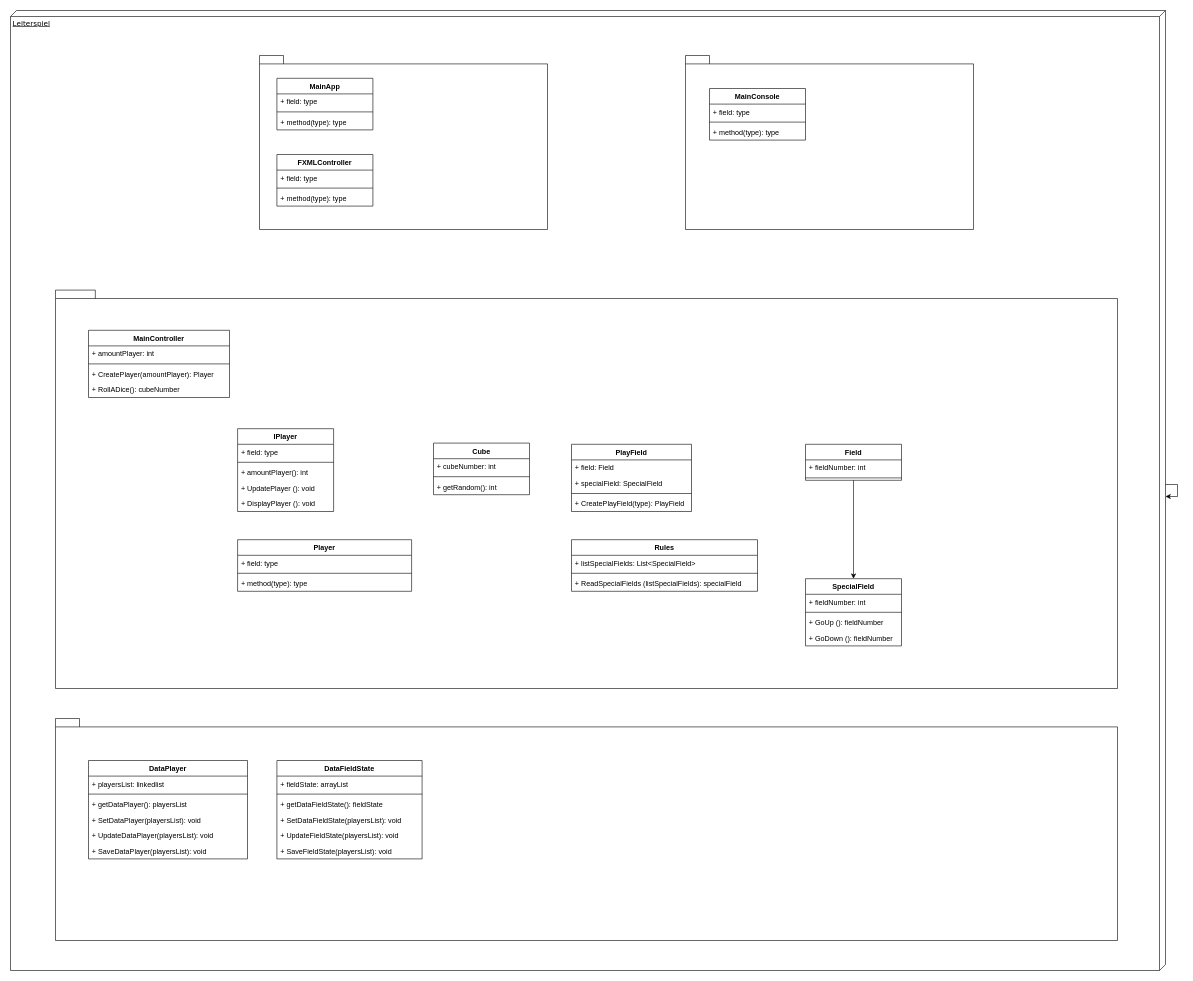
Mbertschi/SWE2-Leiterspiel keeps this draw.io diagram as Software Architecture/diagram.drawio. Above is the earlier version. Source tidied: cells renumbered, new cells numbered last; positions are measured from the earlier drawing's top-left corner, leaving out a move shared by most shapes. Both pictures are drawn from the tidied source at 60%, with x=0, y=0 at pixel (10, 10).
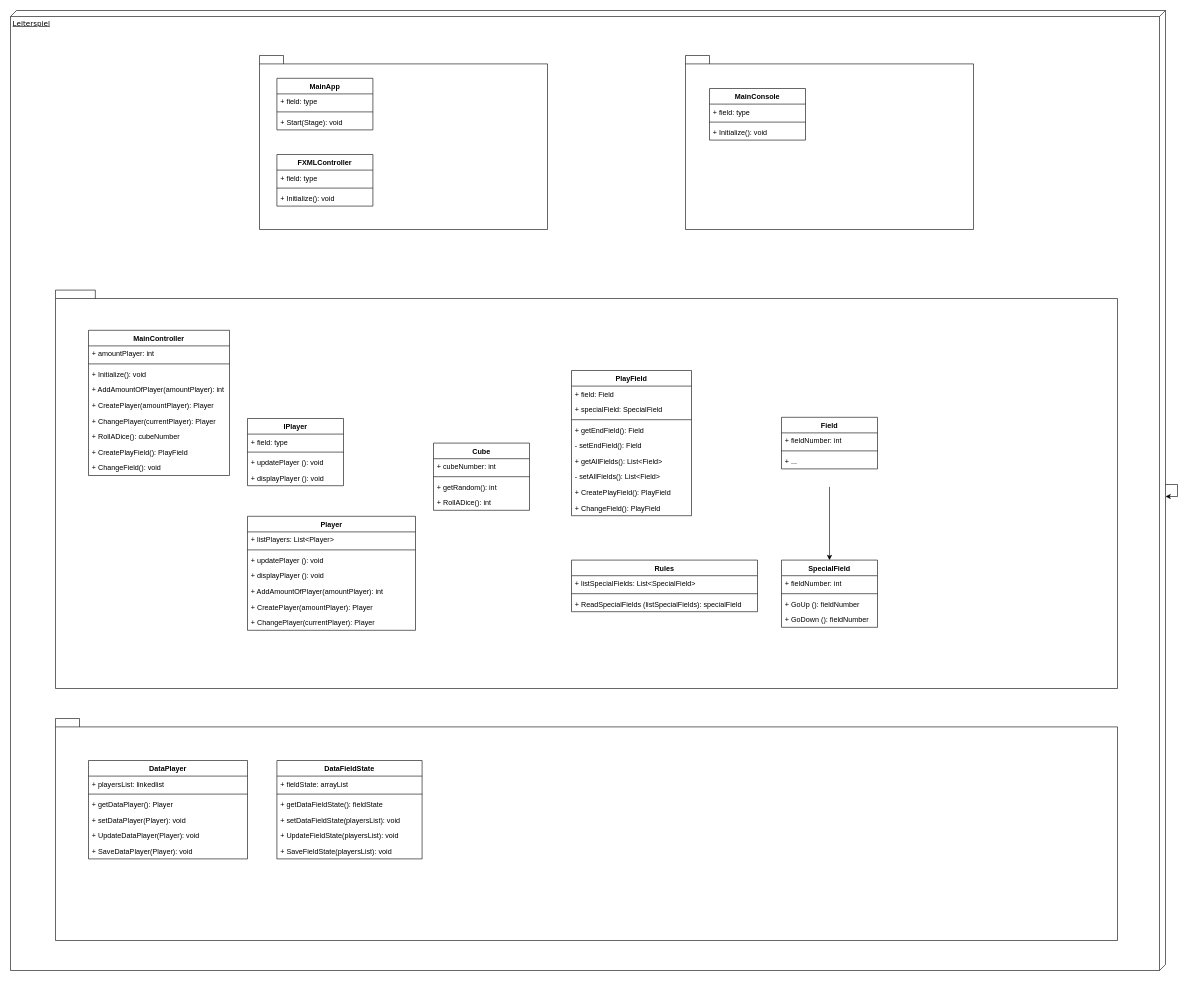
The same diagram, later.

Commit message:
updated software architecture

The change refers to these unchanged cells:
```xml
<mxCell id="29" value="DataPlayer" style="swimlane;fontStyle=1;align=center;verticalAlign=top;horizontal=1;startSize=26;" parent="1" vertex="1">
  <mxGeometry x="130" y="1250" width="265" height="164" as="geometry" />
</mxCell>
<mxCell id="36" value="DataFieldState" style="swimlane;fontStyle=1;align=center;verticalAlign=top;horizontal=1;startSize=26;" parent="1" vertex="1">
  <mxGeometry x="444" y="1250" width="242" height="164" as="geometry" />
</mxCell>
<mxCell id="48" value="MainConsole" style="swimlane;fontStyle=1;align=center;verticalAlign=top;horizontal=1;startSize=26;" parent="1" vertex="1">
  <mxGeometry x="1165" y="130" width="160" height="86" as="geometry" />
</mxCell>
<mxCell id="52" value="MainApp" style="swimlane;fontStyle=1;align=center;verticalAlign=top;horizontal=1;startSize=26;" parent="1" vertex="1">
  <mxGeometry x="444" y="113" width="160" height="86" as="geometry" />
</mxCell>
<mxCell id="56" value="FXMLController" style="swimlane;fontStyle=1;align=center;verticalAlign=top;horizontal=1;startSize=26;" parent="1" vertex="1">
  <mxGeometry x="444" y="240" width="160" height="86" as="geometry" />
</mxCell>
```

What changed in the source:
```diff
@@
     <mxCell id="8" value="Player" style="swimlane;fontStyle=1;align=center;verticalAlign=top;horizontal=1;startSize=26;" parent="1" vertex="1">
-      <mxGeometry x="378.5" y="882" width="290" height="86" as="geometry" />
+      <mxGeometry x="395" y="843" width="280" height="190" as="geometry" />
     </mxCell>
-    <mxCell id="9" value="+ field: type" style="text;strokeColor=none;fillColor=none;align=left;verticalAlign=top;spacingLeft=4;spacingRight=4;overflow=hidden;" parent="8" vertex="1">
-      <mxGeometry y="26" width="290" height="26" as="geometry" />
+    <mxCell id="9" value="+ listPlayers: List&lt;Player&gt;" style="text;strokeColor=none;fillColor=none;align=left;verticalAlign=top;spacingLeft=4;spacingRight=4;overflow=hidden;" parent="8" vertex="1">
+      <mxGeometry y="26" width="280" height="26" as="geometry" />
     </mxCell>
     <mxCell id="10" style="line;strokeWidth=1;fillColor=none;align=left;verticalAlign=middle;spacingTop=-1;spacingLeft=3;spacingRight=3;labelPosition=right;" parent="8" vertex="1">
-      <mxGeometry y="52" width="290" height="8" as="geometry" />
+      <mxGeometry y="52" width="280" height="8" as="geometry" />
     </mxCell>
+    <mxCell id="71" value="+ updatePlayer (): void" style="text;strokeColor=none;fillColor=none;align=left;verticalAlign=top;spacingLeft=4;spacingRight=4;overflow=hidden;" parent="8" vertex="1">
+      <mxGeometry y="60" width="280" height="26" as="geometry" />
+    </mxCell>
+    <mxCell id="72" value="+ displayPlayer (): void" style="text;strokeColor=none;fillColor=none;align=left;verticalAlign=top;spacingLeft=4;spacingRight=4;overflow=hidden;" parent="8" vertex="1">
+      <mxGeometry y="86" width="280" height="26" as="geometry" />
+    </mxCell>
+    <mxCell id="73" value="+ AddAmountOfPlayer(amountPlayer): int" style="text;strokeColor=none;fillColor=none;align=left;verticalAlign=top;spacingLeft=4;spacingRight=4;overflow=hidden;" parent="8" vertex="1">
+      <mxGeometry y="112" width="280" height="26" as="geometry" />
+    </mxCell>
+    <mxCell id="74" value="+ CreatePlayer(amountPlayer): Player" style="text;strokeColor=none;fillColor=none;align=left;verticalAlign=top;spacingLeft=4;spacingRight=4;overflow=hidden;" parent="8" vertex="1">
+      <mxGeometry y="138" width="280" height="26" as="geometry" />
+    </mxCell>
-    <mxCell id="11" value="+ method(type): type" style="text;strokeColor=none;fillColor=none;align=left;verticalAlign=top;spacingLeft=4;spacingRight=4;overflow=hidden;" parent="8" vertex="1">
-      <mxGeometry y="60" width="290" height="26" as="geometry" />
+    <mxCell id="11" value="+ ChangePlayer(currentPlayer): Player" style="text;strokeColor=none;fillColor=none;align=left;verticalAlign=top;spacingLeft=4;spacingRight=4;overflow=hidden;" parent="8" vertex="1">
+      <mxGeometry y="164" width="280" height="26" as="geometry" />
     </mxCell>
     <mxCell id="12" value="Cube" style="swimlane;fontStyle=1;align=center;verticalAlign=top;horizontal=1;startSize=26;" parent="1" vertex="1">
-      <mxGeometry x="705" y="721" width="160" height="86" as="geometry" />
+      <mxGeometry x="705" y="721" width="160" height="112" as="geometry" />
     </mxCell>
@@
+    <mxCell id="75" value="+ RollADice(): int" style="text;strokeColor=none;fillColor=none;align=left;verticalAlign=top;spacingLeft=4;spacingRight=4;overflow=hidden;" parent="12" vertex="1">
+      <mxGeometry y="86" width="160" height="26" as="geometry" />
+    </mxCell>
     <mxCell id="16" value="Rules" style="swimlane;fontStyle=1;align=center;verticalAlign=top;horizontal=1;startSize=26;" parent="1" vertex="1">
-      <mxGeometry x="935" y="882" width="310" height="86" as="geometry" />
+      <mxGeometry x="935" y="916" width="310" height="86" as="geometry" />
     </mxCell>
@@
-    <mxCell id="20" value="Field" style="swimlane;fontStyle=1;align=center;verticalAlign=top;horizontal=1;startSize=26;" parent="1" vertex="1">
-      <mxGeometry x="1325" y="723" width="160" height="60" as="geometry" />
-    </mxCell>
-    <mxCell id="21" value="+ fieldNumber: int" style="text;strokeColor=none;fillColor=none;align=left;verticalAlign=top;spacingLeft=4;spacingRight=4;overflow=hidden;" parent="20" vertex="1">
-      <mxGeometry y="26" width="160" height="26" as="geometry" />
-    </mxCell>
-    <mxCell id="22" style="line;strokeWidth=1;fillColor=none;align=left;verticalAlign=middle;spacingTop=-1;spacingLeft=3;spacingRight=3;labelPosition=right;" parent="20" vertex="1">
-      <mxGeometry y="52" width="160" height="8" as="geometry" />
-    </mxCell>
     <mxCell id="23" value="SpecialField" style="swimlane;fontStyle=1;align=center;verticalAlign=top;horizontal=1;startSize=26;" parent="1" vertex="1">
-      <mxGeometry x="1325" y="947" width="160" height="112" as="geometry" />
+      <mxGeometry x="1285" y="916" width="160" height="112" as="geometry" />
     </mxCell>
@@
-    <mxCell id="28" style="endArrow=classic;html=1;entryX=0.5;entryY=0;entryDx=0;entryDy=0;exitX=0.5;exitY=1;exitDx=0;exitDy=0;" parent="1" edge="1" source="20" target="23">
-      <mxGeometry relative="1" as="geometry" />
+    <mxCell id="28" style="endArrow=classic;html=1;entryX=0.5;entryY=0;entryDx=0;entryDy=0;exitX=0.5;exitY=1;exitDx=0;exitDy=0;" parent="1" edge="1" target="23">
+      <mxGeometry relative="1" as="geometry">
+        <mxPoint x="1365" y="794" as="sourcePoint" />
+      </mxGeometry>
     </mxCell>
@@
-    <mxCell id="32" value="+ getDataPlayer(): playersList" style="text;strokeColor=none;fillColor=none;align=left;verticalAlign=top;spacingLeft=4;spacingRight=4;overflow=hidden;" parent="29" vertex="1">
+    <mxCell id="32" value="+ getDataPlayer(): Player" style="text;strokeColor=none;fillColor=none;align=left;verticalAlign=top;spacingLeft=4;spacingRight=4;overflow=hidden;" parent="29" vertex="1">
       <mxGeometry y="60" width="265" height="26" as="geometry" />
     </mxCell>
-    <mxCell id="33" value="+ SetDataPlayer(playersList): void" style="text;strokeColor=none;fillColor=none;align=left;verticalAlign=top;spacingLeft=4;spacingRight=4;overflow=hidden;" parent="29" vertex="1">
+    <mxCell id="33" value="+ setDataPlayer(Player): void" style="text;strokeColor=none;fillColor=none;align=left;verticalAlign=top;spacingLeft=4;spacingRight=4;overflow=hidden;" parent="29" vertex="1">
       <mxGeometry y="86" width="265" height="26" as="geometry" />
     </mxCell>
-    <mxCell id="34" value="+ UpdateDataPlayer(playersList): void" style="text;strokeColor=none;fillColor=none;align=left;verticalAlign=top;spacingLeft=4;spacingRight=4;overflow=hidden;" parent="29" vertex="1">
+    <mxCell id="34" value="+ UpdateDataPlayer(Player): void" style="text;strokeColor=none;fillColor=none;align=left;verticalAlign=top;spacingLeft=4;spacingRight=4;overflow=hidden;" parent="29" vertex="1">
       <mxGeometry y="112" width="265" height="26" as="geometry" />
     </mxCell>
-    <mxCell id="35" value="+ SaveDataPlayer(playersList): void" style="text;strokeColor=none;fillColor=none;align=left;verticalAlign=top;spacingLeft=4;spacingRight=4;overflow=hidden;" parent="29" vertex="1">
+    <mxCell id="35" value="+ SaveDataPlayer(Player): void" style="text;strokeColor=none;fillColor=none;align=left;verticalAlign=top;spacingLeft=4;spacingRight=4;overflow=hidden;" parent="29" vertex="1">
       <mxGeometry y="138" width="265" height="26" as="geometry" />
     </mxCell>
@@
-    <mxCell id="40" value="+ SetDataFieldState(playersList): void" style="text;strokeColor=none;fillColor=none;align=left;verticalAlign=top;spacingLeft=4;spacingRight=4;overflow=hidden;" parent="36" vertex="1">
+    <mxCell id="40" value="+ setDataFieldState(playersList): void" style="text;strokeColor=none;fillColor=none;align=left;verticalAlign=top;spacingLeft=4;spacingRight=4;overflow=hidden;" parent="36" vertex="1">
       <mxGeometry y="86" width="242" height="26" as="geometry" />
     </mxCell>
@@
     <mxCell id="43" value="PlayField" style="swimlane;fontStyle=1;align=center;verticalAlign=top;horizontal=1;startSize=26;" parent="1" vertex="1">
-      <mxGeometry x="935" y="723" width="200" height="112" as="geometry" />
+      <mxGeometry x="935" y="600" width="200" height="242" as="geometry" />
     </mxCell>
@@
-    <mxCell id="47" value="+ CreatePlayField(type): PlayField" style="text;strokeColor=none;fillColor=none;align=left;verticalAlign=top;spacingLeft=4;spacingRight=4;overflow=hidden;" parent="43" vertex="1">
+    <mxCell id="47" value="+ getEndField(): Field" style="text;strokeColor=none;fillColor=none;align=left;verticalAlign=top;spacingLeft=4;spacingRight=4;overflow=hidden;" parent="43" vertex="1">
       <mxGeometry y="86" width="200" height="26" as="geometry" />
     </mxCell>
+    <mxCell id="76" value="- setEndField(): Field&#10;" style="text;strokeColor=none;fillColor=none;align=left;verticalAlign=top;spacingLeft=4;spacingRight=4;overflow=hidden;" parent="43" vertex="1">
+      <mxGeometry y="112" width="200" height="26" as="geometry" />
+    </mxCell>
+    <mxCell id="77" value="+ getAllFields(): List&lt;Field&gt;" style="text;strokeColor=none;fillColor=none;align=left;verticalAlign=top;spacingLeft=4;spacingRight=4;overflow=hidden;" parent="43" vertex="1">
+      <mxGeometry y="138" width="200" height="26" as="geometry" />
+    </mxCell>
+    <mxCell id="78" value="- setAllFields(): List&lt;Field&gt;" style="text;strokeColor=none;fillColor=none;align=left;verticalAlign=top;spacingLeft=4;spacingRight=4;overflow=hidden;" parent="43" vertex="1">
+      <mxGeometry y="164" width="200" height="26" as="geometry" />
+    </mxCell>
+    <mxCell id="79" value="+ CreatePlayField(): PlayField" style="text;strokeColor=none;fillColor=none;align=left;verticalAlign=top;spacingLeft=4;spacingRight=4;overflow=hidden;" parent="43" vertex="1">
+      <mxGeometry y="190" width="200" height="26" as="geometry" />
+    </mxCell>
+    <mxCell id="80" value="+ ChangeField(): PlayField" style="text;strokeColor=none;fillColor=none;align=left;verticalAlign=top;spacingLeft=4;spacingRight=4;overflow=hidden;" parent="43" vertex="1">
+      <mxGeometry y="216" width="200" height="26" as="geometry" />
+    </mxCell>
@@
-    <mxCell id="51" value="+ method(type): type" style="text;strokeColor=none;fillColor=none;align=left;verticalAlign=top;spacingLeft=4;spacingRight=4;overflow=hidden;" parent="48" vertex="1">
+    <mxCell id="51" value="+ Initialize(): void" style="text;strokeColor=none;fillColor=none;align=left;verticalAlign=top;spacingLeft=4;spacingRight=4;overflow=hidden;" parent="48" vertex="1">
       <mxGeometry y="60" width="160" height="26" as="geometry" />
     </mxCell>
@@
-    <mxCell id="55" value="+ method(type): type" style="text;strokeColor=none;fillColor=none;align=left;verticalAlign=top;spacingLeft=4;spacingRight=4;overflow=hidden;" parent="52" vertex="1">
+    <mxCell id="55" value="+ Start(Stage): void" style="text;strokeColor=none;fillColor=none;align=left;verticalAlign=top;spacingLeft=4;spacingRight=4;overflow=hidden;" parent="52" vertex="1">
       <mxGeometry y="60" width="160" height="26" as="geometry" />
     </mxCell>
@@
-    <mxCell id="59" value="+ method(type): type" style="text;strokeColor=none;fillColor=none;align=left;verticalAlign=top;spacingLeft=4;spacingRight=4;overflow=hidden;" parent="56" vertex="1">
+    <mxCell id="59" value="+ Initialize(): void" style="text;strokeColor=none;fillColor=none;align=left;verticalAlign=top;spacingLeft=4;spacingRight=4;overflow=hidden;" parent="56" vertex="1">
       <mxGeometry y="60" width="160" height="26" as="geometry" />
     </mxCell>
     <mxCell id="60" value="MainController" style="swimlane;fontStyle=1;align=center;verticalAlign=top;horizontal=1;startSize=26;" parent="1" vertex="1">
-      <mxGeometry x="130" y="533" width="235" height="112" as="geometry" />
+      <mxGeometry x="130" y="533" width="235" height="242" as="geometry" />
     </mxCell>
@@
+    <mxCell id="81" value="+ Initialize(): void" style="text;strokeColor=none;fillColor=none;align=left;verticalAlign=top;spacingLeft=4;spacingRight=4;overflow=hidden;" parent="60" vertex="1">
+      <mxGeometry y="60" width="235" height="26" as="geometry" />
+    </mxCell>
+    <mxCell id="82" value="+ AddAmountOfPlayer(amountPlayer): int" style="text;strokeColor=none;fillColor=none;align=left;verticalAlign=top;spacingLeft=4;spacingRight=4;overflow=hidden;" parent="60" vertex="1">
+      <mxGeometry y="86" width="235" height="26" as="geometry" />
+    </mxCell>
     <mxCell id="63" value="+ CreatePlayer(amountPlayer): Player" style="text;strokeColor=none;fillColor=none;align=left;verticalAlign=top;spacingLeft=4;spacingRight=4;overflow=hidden;" parent="60" vertex="1">
-      <mxGeometry y="60" width="235" height="26" as="geometry" />
+      <mxGeometry y="112" width="235" height="26" as="geometry" />
     </mxCell>
+    <mxCell id="83" value="+ ChangePlayer(currentPlayer): Player" style="text;strokeColor=none;fillColor=none;align=left;verticalAlign=top;spacingLeft=4;spacingRight=4;overflow=hidden;" parent="60" vertex="1">
+      <mxGeometry y="138" width="235" height="26" as="geometry" />
+    </mxCell>
     <mxCell id="64" value="+ RollADice(): cubeNumber" style="text;strokeColor=none;fillColor=none;align=left;verticalAlign=top;spacingLeft=4;spacingRight=4;overflow=hidden;" parent="60" vertex="1">
-      <mxGeometry y="86" width="235" height="26" as="geometry" />
+      <mxGeometry y="164" width="235" height="26" as="geometry" />
     </mxCell>
+    <mxCell id="84" value="+ CreatePlayField(): PlayField" style="text;strokeColor=none;fillColor=none;align=left;verticalAlign=top;spacingLeft=4;spacingRight=4;overflow=hidden;" parent="60" vertex="1">
+      <mxGeometry y="190" width="235" height="26" as="geometry" />
+    </mxCell>
+    <mxCell id="85" value="+ ChangeField(): void" style="text;strokeColor=none;fillColor=none;align=left;verticalAlign=top;spacingLeft=4;spacingRight=4;overflow=hidden;" parent="60" vertex="1">
+      <mxGeometry y="216" width="235" height="26" as="geometry" />
+    </mxCell>
     <mxCell id="65" value="IPlayer" style="swimlane;fontStyle=1;align=center;verticalAlign=top;horizontal=1;startSize=26;" parent="1" vertex="1">
-      <mxGeometry x="378.5" y="697" width="160" height="138" as="geometry" />
+      <mxGeometry x="395" y="680" width="160" height="112" as="geometry" />
     </mxCell>
@@
-    <mxCell id="68" value="+ amountPlayer(): int" style="text;strokeColor=none;fillColor=none;align=left;verticalAlign=top;spacingLeft=4;spacingRight=4;overflow=hidden;" parent="65" vertex="1">
-      <mxGeometry y="60" width="160" height="26" as="geometry" />
-    </mxCell>
-    <mxCell id="69" value="+ UpdatePlayer (): void" style="text;strokeColor=none;fillColor=none;align=left;verticalAlign=top;spacingLeft=4;spacingRight=4;overflow=hidden;" parent="65" vertex="1">
-      <mxGeometry y="86" width="160" height="26" as="geometry" />
+    <mxCell id="69" value="+ updatePlayer (): void" style="text;strokeColor=none;fillColor=none;align=left;verticalAlign=top;spacingLeft=4;spacingRight=4;overflow=hidden;" parent="65" vertex="1">
+      <mxGeometry y="60" width="160" height="26" as="geometry" />
     </mxCell>
-    <mxCell id="70" value="+ DisplayPlayer (): void" style="text;strokeColor=none;fillColor=none;align=left;verticalAlign=top;spacingLeft=4;spacingRight=4;overflow=hidden;" parent="65" vertex="1">
-      <mxGeometry y="112" width="160" height="26" as="geometry" />
+    <mxCell id="70" value="+ displayPlayer (): void" style="text;strokeColor=none;fillColor=none;align=left;verticalAlign=top;spacingLeft=4;spacingRight=4;overflow=hidden;" parent="65" vertex="1">
+      <mxGeometry y="86" width="160" height="26" as="geometry" />
     </mxCell>
+    <mxCell id="20" value="Field" style="swimlane;fontStyle=1;align=center;verticalAlign=top;horizontal=1;startSize=26;" parent="1" vertex="1">
+      <mxGeometry x="1285" y="678" width="160" height="86" as="geometry" />
+    </mxCell>
+    <mxCell id="21" value="+ fieldNumber: int" style="text;strokeColor=none;fillColor=none;align=left;verticalAlign=top;spacingLeft=4;spacingRight=4;overflow=hidden;" parent="20" vertex="1">
+      <mxGeometry y="26" width="160" height="26" as="geometry" />
+    </mxCell>
+    <mxCell id="22" style="line;strokeWidth=1;fillColor=none;align=left;verticalAlign=middle;spacingTop=-1;spacingLeft=3;spacingRight=3;labelPosition=right;" parent="20" vertex="1">
+      <mxGeometry y="52" width="160" height="8" as="geometry" />
+    </mxCell>
+    <mxCell id="86" value="+ ..." style="text;strokeColor=none;fillColor=none;align=left;verticalAlign=top;spacingLeft=4;spacingRight=4;overflow=hidden;" parent="20" vertex="1">
+      <mxGeometry y="60" width="160" height="26" as="geometry" />
+    </mxCell>
```
